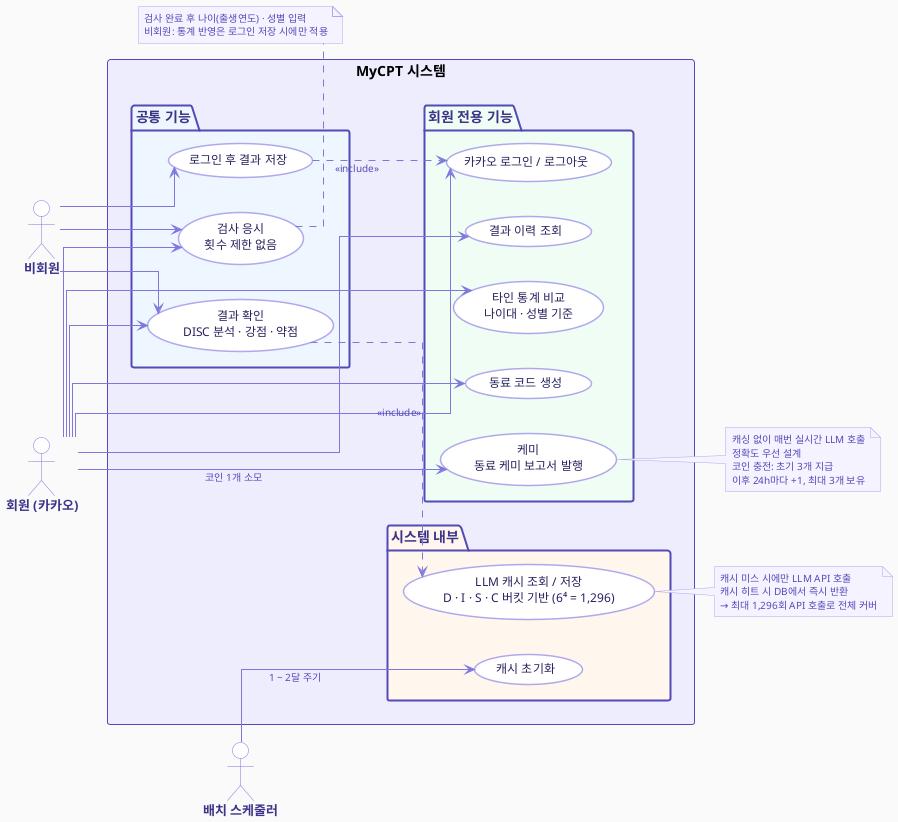
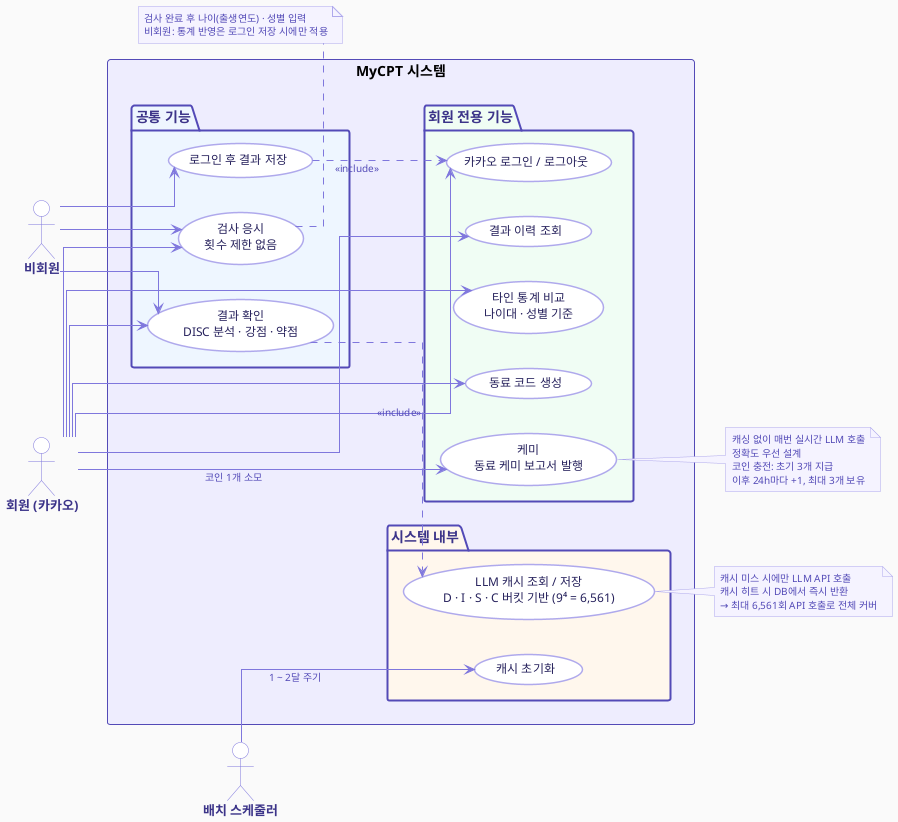
@startuml MyCPT_UseCase

left to right direction
skinparam backgroundColor #FAFAFA

skinparam actor {
  BackgroundColor #FFFFFF
  BorderColor #7F77DD
  FontColor #3C3489
  FontSize 13
  FontStyle bold
}

skinparam usecase {
  BackgroundColor #FFFFFF
  BorderColor #AFA9EC
  FontColor #26215C
  FontSize 12
  BorderThickness 1.5
  ArrowColor #7F77DD
  ArrowFontColor #534AB7
  ArrowFontSize 10
}

skinparam package {
  BackgroundColor #EEEDFE
  BorderColor #534AB7
  BorderThickness 2
  FontColor #3C3489
  FontSize 14
  FontStyle bold
}

skinparam note {
  BackgroundColor #F5F3FF
  BorderColor #AFA9EC
  FontColor #534AB7
  FontSize 10
}

skinparam linetype ortho

actor "비회원" as Guest
actor "회원 (카카오)" as Member
actor "배치 스케줄러" as Batch

rectangle "MyCPT 시스템" {

  package "공통 기능" #EEF6FF {
    usecase "검사 응시\n횟수 제한 없음" as UC_Test
    usecase "결과 확인\nDISC 분석 · 강점 · 약점" as UC_Result
    usecase "로그인 후 결과 저장" as UC_Save
  }

  package "회원 전용 기능" #F0FDF4 {
    usecase "카카오 로그인 / 로그아웃" as UC_Login
    usecase "결과 이력 조회" as UC_History
    usecase "타인 통계 비교\n나이대 · 성별 기준" as UC_Stats
    usecase "동료 코드 생성" as UC_Code
    usecase "케미\n동료 케미 보고서 발행" as UC_Compat
  }

  package "시스템 내부" #FFF7ED {
-     usecase "LLM 캐시 조회 / 저장\nD · I · S · C 버킷 기반 (6⁴ = 1,296)" as UC_Cache
+     usecase "LLM 캐시 조회 / 저장\nD · I · S · C 버킷 기반 (9⁴ = 6,561)" as UC_Cache
    usecase "캐시 초기화" as UC_Clear
  }
}

Guest  --> UC_Test
Guest  --> UC_Result
Guest  --> UC_Save

Member --> UC_Test
Member --> UC_Result
Member --> UC_Login
Member --> UC_History
Member --> UC_Stats
Member --> UC_Code
Member --> UC_Compat  : 코인 1개 소모

Batch  --> UC_Clear   : 1 ~ 2달 주기

UC_Result ..> UC_Cache : <<include>>
UC_Save   ..> UC_Login : <<include>>

note right of UC_Cache
  캐시 미스 시에만 LLM API 호출
  캐시 히트 시 DB에서 즉시 반환
-   → 최대 1,296회 API 호출로 전체 커버
+   → 최대 6,561회 API 호출로 전체 커버
end note

note right of UC_Compat
  캐싱 없이 매번 실시간 LLM 호출
  정확도 우선 설계
  코인 충전: 초기 3개 지급
  이후 24h마다 +1, 최대 3개 보유
end note

note bottom of UC_Test
  검사 완료 후 나이(출생연도) · 성별 입력
  비회원: 통계 반영은 로그인 저장 시에만 적용
end note

@enduml